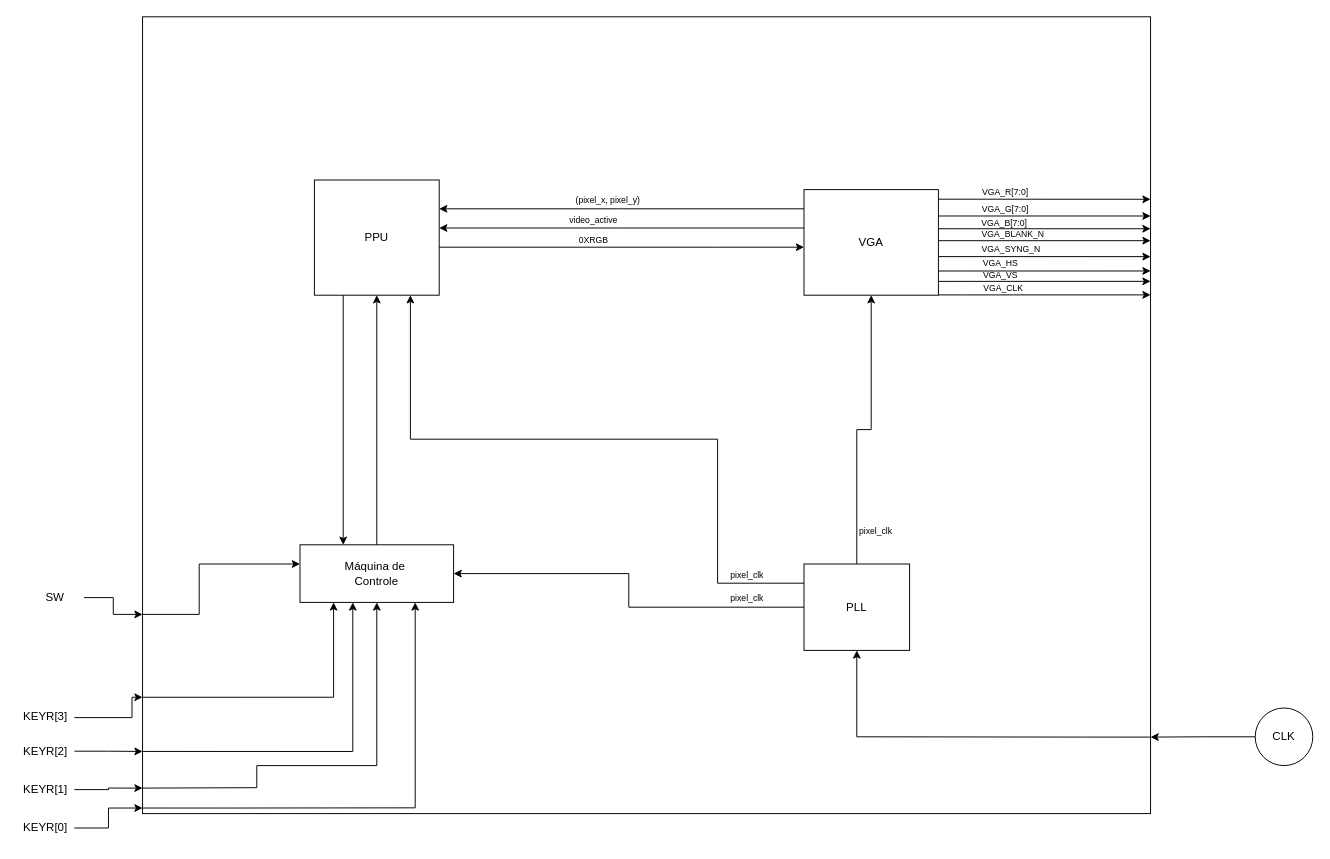
This is P2/diagramas/Diagrama_blocos_VGA.drawio from caio-unicamp/MC613_Best_Group, a draw.io file, before an edit. Source tidied: cells renumbered, new cells numbered last; positions are measured from the earlier drawing's top-left corner, leaving out a move shared by most shapes. Both pictures are drawn from the tidied source at 96%, with x=0, y=0 at pixel (16, 16).
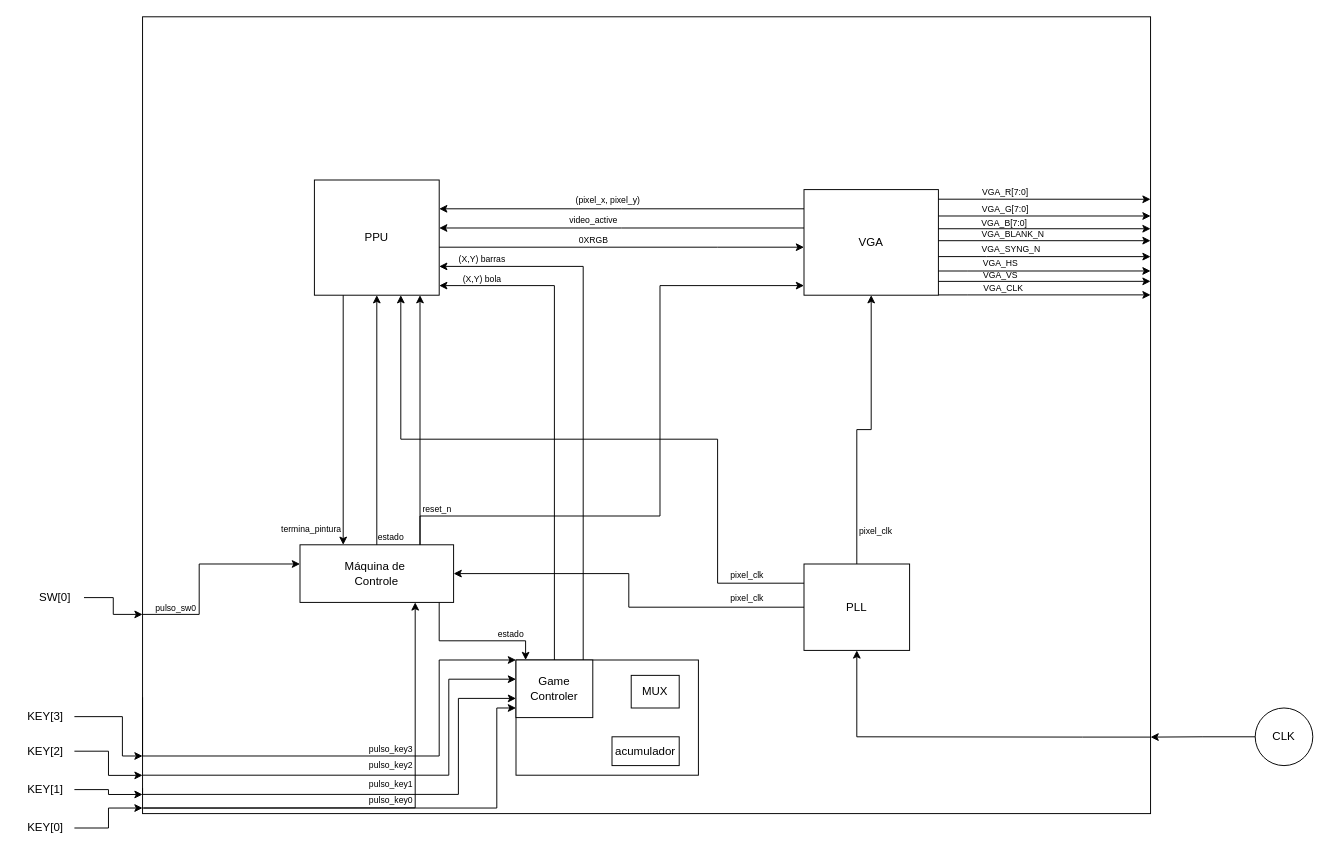
After the change.

Commit message:
Finaliza Diagrama_blocos_VGA.drawio inicial

Unchanged cells that the change refers to:
```xml
<mxCell id="2" style="rounded=0;whiteSpace=wrap;html=1;fillColor=none;" parent="1" vertex="1">
  <mxGeometry x="131" width="1050" height="830" as="geometry" />
</mxCell>
<mxCell id="3" value="PPU" style="rounded=0;whiteSpace=wrap;html=1;" parent="1" vertex="1">
  <mxGeometry x="310" y="170" width="130" height="120" as="geometry" />
</mxCell>
<mxCell id="4" value="VGA" style="rounded=0;whiteSpace=wrap;html=1;" parent="1" vertex="1">
  <mxGeometry x="820" y="180" width="140" height="110" as="geometry" />
</mxCell>
<mxCell id="5" value="Máquina de&amp;nbsp;&lt;div&gt;Controle&lt;/div&gt;" style="rounded=0;whiteSpace=wrap;html=1;" parent="1" vertex="1">
  <mxGeometry x="295" y="550" width="160" height="60" as="geometry" />
</mxCell>
<mxCell id="19" value="PLL" style="rounded=0;whiteSpace=wrap;html=1;" parent="1" vertex="1">
  <mxGeometry x="820" y="570" width="110" height="90" as="geometry" />
</mxCell>
```

The edit, as a diff of the source:
```diff
@@
-    <mxCell id="13" value="SW" style="text;html=1;whiteSpace=wrap;strokeColor=none;fillColor=none;align=center;verticalAlign=middle;rounded=0;" parent="1" vertex="1">
+    <mxCell id="13" value="SW[0]" style="text;html=1;whiteSpace=wrap;strokeColor=none;fillColor=none;align=center;verticalAlign=middle;rounded=0;" parent="1" vertex="1">
       <mxGeometry x="10" y="590" width="60" height="30" as="geometry" />
     </mxCell>
@@
-    <mxCell id="15" value="KEYR[3]" style="text;html=1;whiteSpace=wrap;strokeColor=none;fillColor=none;align=center;verticalAlign=middle;rounded=0;" parent="1" vertex="1">
+    <mxCell id="15" value="KEY[3]" style="text;html=1;whiteSpace=wrap;strokeColor=none;fillColor=none;align=center;verticalAlign=middle;rounded=0;" parent="1" vertex="1">
       <mxGeometry y="714" width="60" height="30" as="geometry" />
     </mxCell>
-    <mxCell id="16" style="edgeStyle=orthogonalEdgeStyle;rounded=0;jettySize=auto;html=1;entryX=0;entryY=0.854;entryDx=0;entryDy=0;entryPerimeter=0;" parent="1" edge="1" source="15" target="2">
-      <mxGeometry relative="1" as="geometry">
-        <Array as="points">
-          <mxPoint x="120" y="730" />
-          <mxPoint x="120" y="709" />
-        </Array>
-      </mxGeometry>
-    </mxCell>
@@
-    <mxCell id="18" style="endArrow=classic;html=1;rounded=0;exitX=0;exitY=0.854;exitDx=0;exitDy=0;exitPerimeter=0;edgeStyle=orthogonalEdgeStyle;" parent="1" edge="1" source="2" target="5">
+    <mxCell id="18" style="endArrow=classic;html=1;rounded=0;exitX=0;exitY=0.854;exitDx=0;exitDy=0;exitPerimeter=0;edgeStyle=orthogonalEdgeStyle;" parent="1" edge="1" source="2" target="58">
       <mxGeometry relative="1" as="geometry">
         <Array as="points">
-          <mxPoint x="330" y="709" />
+          <mxPoint x="131" y="770" />
+          <mxPoint x="440" y="770" />
+          <mxPoint x="440" y="670" />
         </Array>
       </mxGeometry>
     </mxCell>
@@
     <mxCell id="22" style="endArrow=classic;html=1;rounded=0;edgeStyle=orthogonalEdgeStyle;" parent="1" edge="1" source="19" target="3">
       <mxGeometry relative="1" as="geometry">
         <Array as="points">
           <mxPoint x="730" y="590" />
           <mxPoint x="730" y="440" />
-          <mxPoint x="410" y="440" />
+          <mxPoint x="400" y="440" />
         </Array>
       </mxGeometry>
     </mxCell>
@@
-    <mxCell id="46" value="KEYR[2]" style="text;html=1;whiteSpace=wrap;strokeColor=none;fillColor=none;align=center;verticalAlign=middle;rounded=0;" parent="1" vertex="1">
+    <mxCell id="46" value="KEY[2]" style="text;html=1;whiteSpace=wrap;strokeColor=none;fillColor=none;align=center;verticalAlign=middle;rounded=0;" parent="1" vertex="1">
       <mxGeometry y="750" width="60" height="30" as="geometry" />
     </mxCell>
-    <mxCell id="47" value="KEYR[1]" style="text;html=1;whiteSpace=wrap;strokeColor=none;fillColor=none;align=center;verticalAlign=middle;rounded=0;" parent="1" vertex="1">
+    <mxCell id="47" value="KEY[1]" style="text;html=1;whiteSpace=wrap;strokeColor=none;fillColor=none;align=center;verticalAlign=middle;rounded=0;" parent="1" vertex="1">
       <mxGeometry y="790" width="60" height="30" as="geometry" />
     </mxCell>
-    <mxCell id="48" value="KEYR[0]" style="text;html=1;whiteSpace=wrap;strokeColor=none;fillColor=none;align=center;verticalAlign=middle;rounded=0;" parent="1" vertex="1">
+    <mxCell id="48" value="KEY[0]" style="text;html=1;whiteSpace=wrap;strokeColor=none;fillColor=none;align=center;verticalAlign=middle;rounded=0;" parent="1" vertex="1">
       <mxGeometry y="830" width="60" height="30" as="geometry" />
     </mxCell>
-    <mxCell id="49" style="endArrow=classic;html=1;rounded=0;edgeStyle=orthogonalEdgeStyle;exitX=0;exitY=0.922;exitDx=0;exitDy=0;exitPerimeter=0;" parent="1" edge="1" source="2" target="5">
+    <mxCell id="49" style="endArrow=classic;html=1;rounded=0;edgeStyle=orthogonalEdgeStyle;" parent="1" edge="1" target="58">
       <mxGeometry relative="1" as="geometry">
+        <mxPoint x="131" y="790" as="sourcePoint" />
         <Array as="points">
-          <mxPoint x="350" y="765" />
+          <mxPoint x="450" y="790" />
+          <mxPoint x="450" y="690" />
         </Array>
       </mxGeometry>
     </mxCell>
-    <mxCell id="50" style="endArrow=classic;html=1;rounded=0;edgeStyle=orthogonalEdgeStyle;entryX=0;entryY=0.922;entryDx=0;entryDy=0;entryPerimeter=0;" parent="1" edge="1" source="46" target="2">
+    <mxCell id="50" style="endArrow=classic;html=1;rounded=0;edgeStyle=orthogonalEdgeStyle;entryX=0;entryY=0.952;entryDx=0;entryDy=0;entryPerimeter=0;" parent="1" edge="1" source="46" target="2">
       <mxGeometry relative="1" as="geometry" />
     </mxCell>
-    <mxCell id="51" style="endArrow=classic;html=1;rounded=0;entryX=0;entryY=0.968;entryDx=0;entryDy=0;entryPerimeter=0;edgeStyle=orthogonalEdgeStyle;" parent="1" edge="1" source="47" target="2">
+    <mxCell id="51" style="endArrow=classic;html=1;rounded=0;entryX=0;entryY=0.976;entryDx=0;entryDy=0;entryPerimeter=0;edgeStyle=orthogonalEdgeStyle;" parent="1" edge="1" source="47" target="2">
       <mxGeometry relative="1" as="geometry" />
     </mxCell>
-    <mxCell id="52" style="endArrow=classic;html=1;rounded=0;edgeStyle=orthogonalEdgeStyle;exitX=0;exitY=0.968;exitDx=0;exitDy=0;exitPerimeter=0;" parent="1" edge="1" source="2" target="5">
+    <mxCell id="52" style="endArrow=classic;html=1;rounded=0;edgeStyle=orthogonalEdgeStyle;exitX=0;exitY=0.968;exitDx=0;exitDy=0;exitPerimeter=0;" parent="1" edge="1" source="2" target="58">
       <mxGeometry relative="1" as="geometry">
         <Array as="points">
-          <mxPoint x="140" y="803" />
-          <mxPoint x="250" y="803" />
-          <mxPoint x="250" y="780" />
-          <mxPoint x="375" y="780" />
+          <mxPoint x="131" y="810" />
+          <mxPoint x="460" y="810" />
+          <mxPoint x="460" y="710" />
         </Array>
       </mxGeometry>
     </mxCell>
@@
+    <mxCell id="55" style="endArrow=classic;html=1;rounded=0;edgeStyle=orthogonalEdgeStyle;" parent="1" edge="1" source="5" target="4">
+      <mxGeometry relative="1" as="geometry">
+        <Array as="points">
+          <mxPoint x="420" y="520" />
+          <mxPoint x="670" y="520" />
+          <mxPoint x="670" y="280" />
+        </Array>
+      </mxGeometry>
+    </mxCell>
+    <mxCell id="56" value="&lt;font style=&quot;font-size: 9px;&quot;&gt;reset_n&lt;/font&gt;" style="text;html=1;whiteSpace=wrap;strokeColor=none;fillColor=none;align=center;verticalAlign=middle;rounded=0;" parent="1" vertex="1">
+      <mxGeometry x="408" y="497" width="60" height="30" as="geometry" />
+    </mxCell>
+    <mxCell id="57" style="rounded=0;whiteSpace=wrap;html=1;fillColor=none;" parent="1" vertex="1">
+      <mxGeometry x="520" y="670" width="190" height="120" as="geometry" />
+    </mxCell>
+    <mxCell id="58" value="Game Controler" style="rounded=0;whiteSpace=wrap;html=1;" parent="1" vertex="1">
+      <mxGeometry x="520" y="670" width="80" height="60" as="geometry" />
+    </mxCell>
+    <mxCell id="59" value="acumulador" style="rounded=0;whiteSpace=wrap;html=1;" parent="1" vertex="1">
+      <mxGeometry x="620" y="750" width="70" height="30" as="geometry" />
+    </mxCell>
+    <mxCell id="60" style="endArrow=classic;html=1;rounded=0;exitX=0.001;exitY=0.993;exitDx=0;exitDy=0;exitPerimeter=0;edgeStyle=orthogonalEdgeStyle;" parent="1" edge="1" source="2" target="58">
+      <mxGeometry relative="1" as="geometry">
+        <Array as="points">
+          <mxPoint x="500" y="824" />
+          <mxPoint x="500" y="720" />
+        </Array>
+      </mxGeometry>
+    </mxCell>
+    <mxCell id="61" value="MUX" style="rounded=0;whiteSpace=wrap;html=1;" parent="1" vertex="1">
+      <mxGeometry x="640" y="686" width="50" height="34" as="geometry" />
+    </mxCell>
+    <mxCell id="62" style="endArrow=classic;html=1;rounded=0;edgeStyle=orthogonalEdgeStyle;" parent="1" edge="1" source="5" target="57">
+      <mxGeometry relative="1" as="geometry">
+        <Array as="points">
+          <mxPoint x="440" y="650" />
+          <mxPoint x="530" y="650" />
+        </Array>
+      </mxGeometry>
+    </mxCell>
+    <mxCell id="63" value="&lt;font style=&quot;font-size: 9px;&quot;&gt;estado&lt;/font&gt;" style="text;html=1;whiteSpace=wrap;strokeColor=none;fillColor=none;align=center;verticalAlign=middle;rounded=0;" parent="1" vertex="1">
+      <mxGeometry x="485" y="628" width="60" height="30" as="geometry" />
+    </mxCell>
+    <mxCell id="64" value="&lt;font style=&quot;font-size: 9px;&quot;&gt;pulso_key0&lt;/font&gt;" style="text;html=1;whiteSpace=wrap;strokeColor=none;fillColor=none;align=center;verticalAlign=middle;rounded=0;" parent="1" vertex="1">
+      <mxGeometry x="360" y="800" width="60" height="30" as="geometry" />
+    </mxCell>
+    <mxCell id="65" value="&lt;font style=&quot;font-size: 9px;&quot;&gt;pulso_key1&lt;/font&gt;" style="text;html=1;whiteSpace=wrap;strokeColor=none;fillColor=none;align=center;verticalAlign=middle;rounded=0;" parent="1" vertex="1">
+      <mxGeometry x="360" y="784" width="60" height="30" as="geometry" />
+    </mxCell>
+    <mxCell id="66" value="&lt;font style=&quot;font-size: 9px;&quot;&gt;pulso_key2&lt;/font&gt;" style="text;html=1;whiteSpace=wrap;strokeColor=none;fillColor=none;align=center;verticalAlign=middle;rounded=0;" parent="1" vertex="1">
+      <mxGeometry x="360" y="764" width="60" height="30" as="geometry" />
+    </mxCell>
+    <mxCell id="67" value="&lt;font style=&quot;font-size: 9px;&quot;&gt;pulso_key3&lt;/font&gt;" style="text;html=1;whiteSpace=wrap;strokeColor=none;fillColor=none;align=center;verticalAlign=middle;rounded=0;" parent="1" vertex="1">
+      <mxGeometry x="360" y="747" width="60" height="30" as="geometry" />
+    </mxCell>
+    <mxCell id="68" value="&lt;font style=&quot;font-size: 9px;&quot;&gt;estado&lt;/font&gt;" style="text;html=1;whiteSpace=wrap;strokeColor=none;fillColor=none;align=center;verticalAlign=middle;rounded=0;" parent="1" vertex="1">
+      <mxGeometry x="360" y="527" width="60" height="30" as="geometry" />
+    </mxCell>
+    <mxCell id="69" style="endArrow=classic;html=1;rounded=0;edgeStyle=orthogonalEdgeStyle;" parent="1" edge="1" source="5" target="3">
+      <mxGeometry relative="1" as="geometry">
+        <Array as="points">
+          <mxPoint x="420" y="420" />
+          <mxPoint x="420" y="420" />
+        </Array>
+      </mxGeometry>
+    </mxCell>
+    <mxCell id="70" style="endArrow=classic;html=1;rounded=0;edgeStyle=orthogonalEdgeStyle;" parent="1" edge="1" source="15">
+      <mxGeometry relative="1" as="geometry">
+        <mxPoint x="131" y="770" as="targetPoint" />
+        <Array as="points">
+          <mxPoint x="110" y="729" />
+          <mxPoint x="110" y="770" />
+        </Array>
+      </mxGeometry>
+    </mxCell>
+    <mxCell id="71" value="&lt;font style=&quot;font-size: 9px;&quot;&gt;pulso_sw0&lt;/font&gt;" style="text;html=1;whiteSpace=wrap;strokeColor=none;fillColor=none;align=center;verticalAlign=middle;rounded=0;" parent="1" vertex="1">
+      <mxGeometry x="136" y="600" width="60" height="30" as="geometry" />
+    </mxCell>
+    <mxCell id="72" style="endArrow=classic;html=1;rounded=0;edgeStyle=orthogonalEdgeStyle;" parent="1" edge="1" source="58" target="3">
+      <mxGeometry relative="1" as="geometry">
+        <Array as="points">
+          <mxPoint x="560" y="280" />
+        </Array>
+      </mxGeometry>
+    </mxCell>
+    <mxCell id="73" value="&lt;font style=&quot;font-size: 9px;&quot;&gt;(X,Y) bola&lt;/font&gt;" style="text;html=1;whiteSpace=wrap;strokeColor=none;fillColor=none;align=center;verticalAlign=middle;rounded=0;" parent="1" vertex="1">
+      <mxGeometry x="455" y="258" width="60" height="30" as="geometry" />
+    </mxCell>
+    <mxCell id="74" style="endArrow=classic;html=1;rounded=0;edgeStyle=orthogonalEdgeStyle;" parent="1" edge="1" source="58" target="3">
+      <mxGeometry relative="1" as="geometry">
+        <Array as="points">
+          <mxPoint x="590" y="260" />
+        </Array>
+      </mxGeometry>
+    </mxCell>
+    <mxCell id="75" value="&lt;font style=&quot;font-size: 9px;&quot;&gt;(X,Y) barras&lt;/font&gt;" style="text;html=1;whiteSpace=wrap;strokeColor=none;fillColor=none;align=center;verticalAlign=middle;rounded=0;" parent="1" vertex="1">
+      <mxGeometry x="455" y="237" width="60" height="30" as="geometry" />
+    </mxCell>
+    <mxCell id="76" value="&lt;font style=&quot;font-size: 9px;&quot;&gt;termina_pintura&lt;/font&gt;" style="text;html=1;whiteSpace=wrap;strokeColor=none;fillColor=none;align=center;verticalAlign=middle;rounded=0;" parent="1" vertex="1">
+      <mxGeometry x="277" y="518" width="60" height="30" as="geometry" />
+    </mxCell>
```
